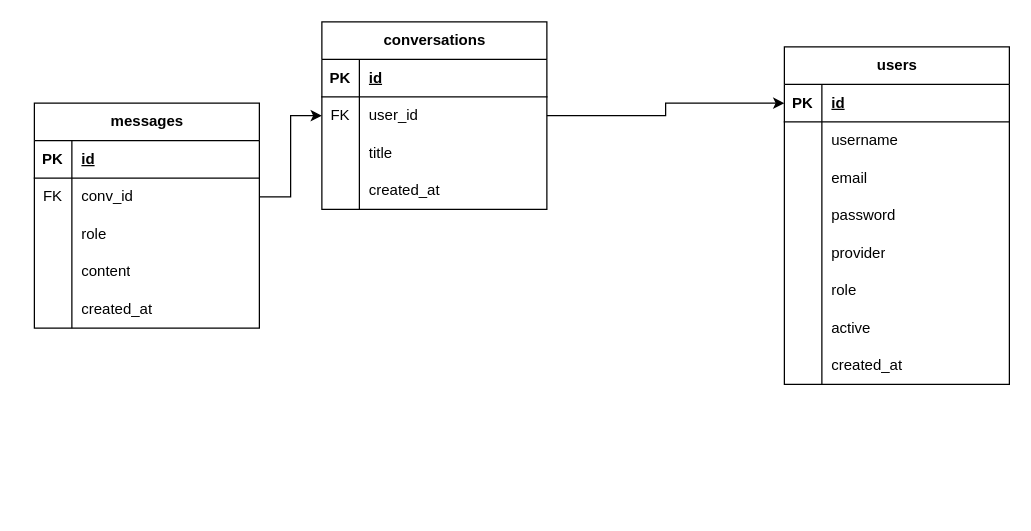
This is diagrams/diagram.drawio from lttpiii/belajar-git, a draw.io file, before an edit. Source tidied: cells renumbered, new cells numbered last; positions are measured from the earlier drawing's top-left corner, leaving out a move shared by most shapes. Both pictures are drawn from the tidied source at 125%, with x=0, y=0 at pixel (34, 21).
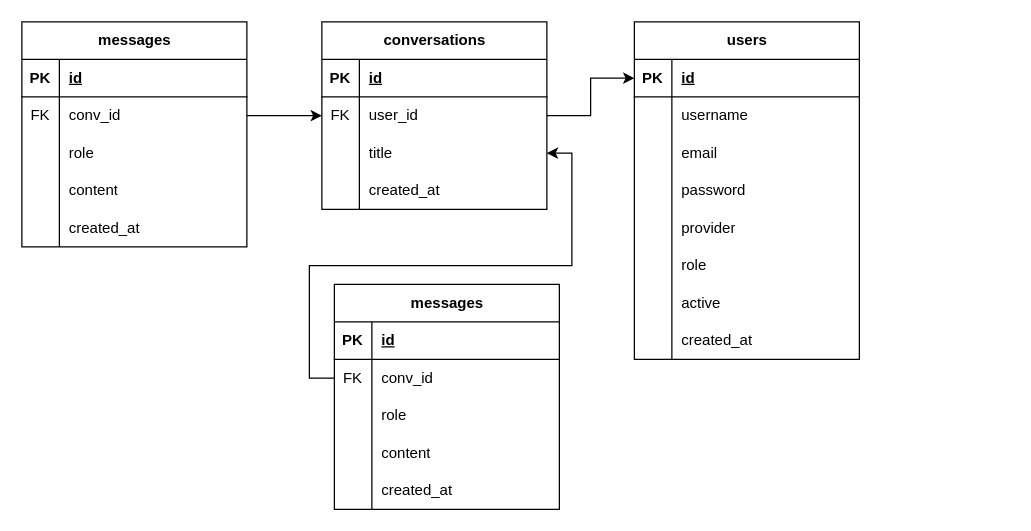
The same page after the edit.

The change refers to these unchanged cells:
```xml
<mxCell id="50" style="shape=tableRow;horizontal=0;startSize=0;swimlaneHead=0;swimlaneBody=0;fillColor=none;points=[[0,0.5],[1,0.5]];portConstraint=eastwest;top=0;left=0;right=0;bottom=0;" parent="43" vertex="1">
  <mxGeometry y="90" width="180" height="30" as="geometry" />
</mxCell>
```

Change to the diagram source:
```diff
@@
     <mxCell id="2" value="messages" style="shape=table;startSize=30;childLayout=tableLayout;rowLines=0;fontStyle=1;align=center;html=1;" parent="1" vertex="1">
-      <mxGeometry y="65" width="180" height="180" as="geometry" />
+      <mxGeometry x="-10" width="180" height="180" as="geometry" />
     </mxCell>
@@
     <mxCell id="18" value="users" style="shape=table;startSize=30;childLayout=tableLayout;rowLines=0;fontStyle=1;align=center;html=1;" parent="1" vertex="1">
-      <mxGeometry x="600" y="20" width="180" height="270" as="geometry" />
+      <mxGeometry x="480" width="180" height="270" as="geometry" />
     </mxCell>
@@
+    <mxCell id="58" value="messages" style="shape=table;startSize=30;childLayout=tableLayout;rowLines=0;fontStyle=1;align=center;html=1;" parent="1" vertex="1">
+      <mxGeometry x="240" y="210" width="180" height="180" as="geometry" />
+    </mxCell>
+    <mxCell id="59" style="shape=tableRow;horizontal=0;startSize=0;swimlaneHead=0;swimlaneBody=0;fillColor=none;top=0;left=0;right=0;bottom=1;" parent="58" vertex="1">
+      <mxGeometry y="30" width="180" height="30" as="geometry" />
+    </mxCell>
+    <mxCell id="60" value="PK" style="shape=partialRectangle;fillColor=none;top=0;left=0;bottom=0;right=0;fontStyle=1;overflow=hidden;whiteSpace=wrap;html=1;" parent="59" vertex="1">
+      <mxGeometry width="30" height="30" as="geometry" />
+    </mxCell>
+    <mxCell id="61" value="id" style="shape=partialRectangle;fillColor=none;top=0;left=0;bottom=0;right=0;align=left;spacingLeft=6;fontStyle=5;overflow=hidden;whiteSpace=wrap;html=1;" parent="59" vertex="1">
+      <mxGeometry x="30" width="150" height="30" as="geometry" />
+    </mxCell>
+    <mxCell id="62" style="shape=tableRow;horizontal=0;startSize=0;swimlaneHead=0;swimlaneBody=0;fillColor=none;points=[[0,0.5],[1,0.5]];portConstraint=eastwest;top=0;left=0;right=0;bottom=0;" parent="58" vertex="1">
+      <mxGeometry y="60" width="180" height="30" as="geometry" />
+    </mxCell>
+    <mxCell id="63" value="FK" style="shape=partialRectangle;fillColor=none;top=0;left=0;bottom=0;right=0;overflow=hidden;whiteSpace=wrap;html=1;" parent="62" vertex="1">
+      <mxGeometry width="30" height="30" as="geometry" />
+    </mxCell>
+    <mxCell id="64" value="conv_id" style="shape=partialRectangle;fillColor=none;top=0;left=0;bottom=0;right=0;align=left;spacingLeft=6;overflow=hidden;whiteSpace=wrap;html=1;" parent="62" vertex="1">
+      <mxGeometry x="30" width="150" height="30" as="geometry" />
+    </mxCell>
+    <mxCell id="65" style="shape=tableRow;horizontal=0;startSize=0;swimlaneHead=0;swimlaneBody=0;fillColor=none;top=0;left=0;right=0;bottom=0;" parent="58" vertex="1">
+      <mxGeometry y="90" width="180" height="30" as="geometry" />
+    </mxCell>
+    <mxCell id="66" style="shape=partialRectangle;fillColor=none;top=0;left=0;bottom=0;right=0;overflow=hidden;whiteSpace=wrap;html=1;" parent="65" vertex="1">
+      <mxGeometry width="30" height="30" as="geometry" />
+    </mxCell>
+    <mxCell id="67" value="role" style="shape=partialRectangle;fillColor=none;top=0;left=0;bottom=0;right=0;align=left;spacingLeft=6;overflow=hidden;whiteSpace=wrap;html=1;" parent="65" vertex="1">
+      <mxGeometry x="30" width="150" height="30" as="geometry" />
+    </mxCell>
+    <mxCell id="68" style="shape=tableRow;horizontal=0;startSize=0;swimlaneHead=0;swimlaneBody=0;fillColor=none;top=0;left=0;right=0;bottom=0;" parent="58" vertex="1">
+      <mxGeometry y="120" width="180" height="30" as="geometry" />
+    </mxCell>
+    <mxCell id="69" style="shape=partialRectangle;fillColor=none;top=0;left=0;bottom=0;right=0;overflow=hidden;whiteSpace=wrap;html=1;" parent="68" vertex="1">
+      <mxGeometry width="30" height="30" as="geometry" />
+    </mxCell>
+    <mxCell id="70" value="content" style="shape=partialRectangle;fillColor=none;top=0;left=0;bottom=0;right=0;align=left;spacingLeft=6;overflow=hidden;whiteSpace=wrap;html=1;" parent="68" vertex="1">
+      <mxGeometry x="30" width="150" height="30" as="geometry" />
+    </mxCell>
+    <mxCell id="71" style="shape=tableRow;horizontal=0;startSize=0;swimlaneHead=0;swimlaneBody=0;fillColor=none;top=0;left=0;right=0;bottom=0;" parent="58" vertex="1">
+      <mxGeometry y="150" width="180" height="30" as="geometry" />
+    </mxCell>
+    <mxCell id="72" style="shape=partialRectangle;fillColor=none;top=0;left=0;bottom=0;right=0;overflow=hidden;whiteSpace=wrap;html=1;" parent="71" vertex="1">
+      <mxGeometry width="30" height="30" as="geometry" />
+    </mxCell>
+    <mxCell id="73" value="created_at" style="shape=partialRectangle;fillColor=none;top=0;left=0;bottom=0;right=0;align=left;spacingLeft=6;overflow=hidden;whiteSpace=wrap;html=1;" parent="71" vertex="1">
+      <mxGeometry x="30" width="150" height="30" as="geometry" />
+    </mxCell>
+    <mxCell id="74" style="edgeStyle=orthogonalEdgeStyle;rounded=0;jettySize=auto;html=1;" parent="1" edge="1" source="62" target="50">
+      <mxGeometry relative="1" as="geometry" />
+    </mxCell>
```
